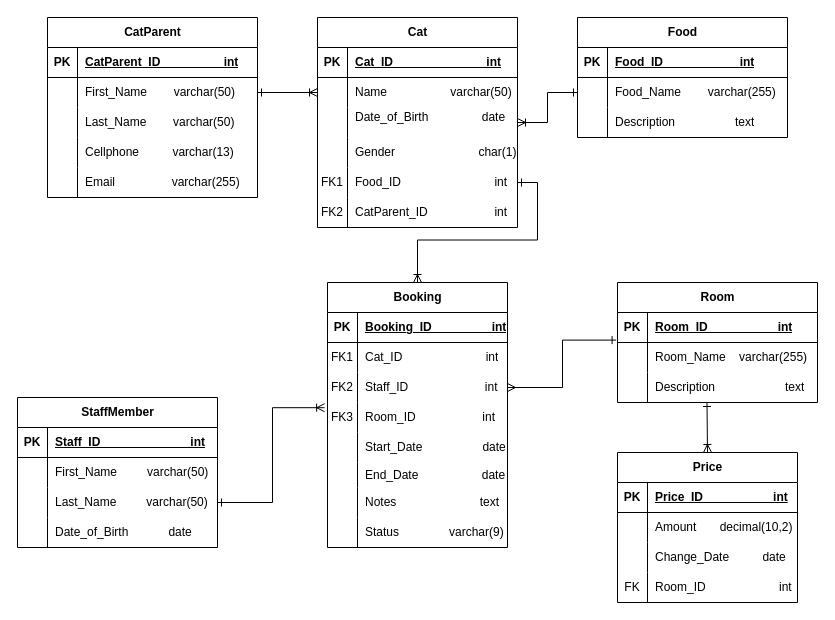
Before: page "Page-3" (3 of 3) of ERD.drawio in Cat-Hotel/Cat-hotel, a draw.io diagram. Source tidied: cells renumbered, new cells numbered last; positions are measured from the earlier drawing's top-left corner, leaving out a move shared by most shapes. Both pictures are drawn from the tidied source at 100%, with x=0, y=0 at pixel (17, 17).
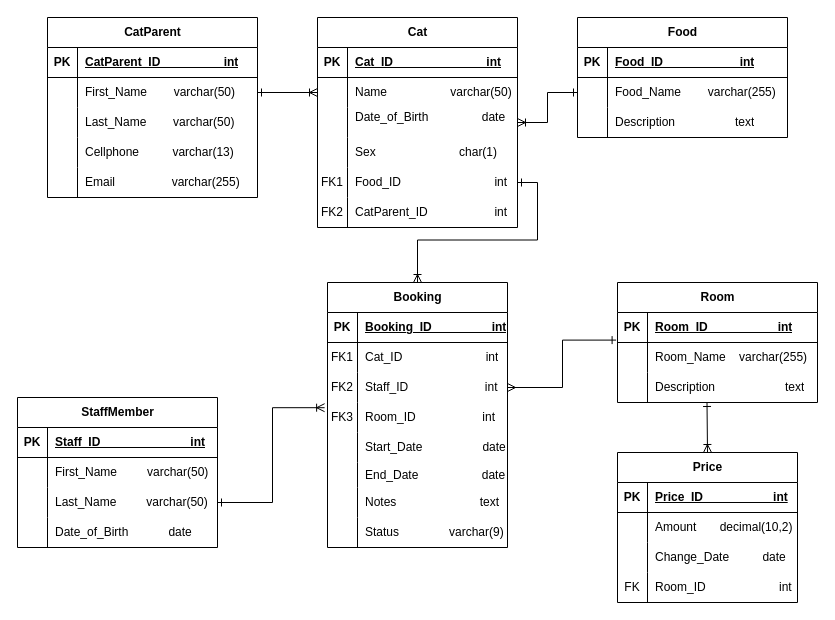
The same diagram, later.

Unchanged cells that the change refers to:
```xml
<mxCell id="28" style="shape=tableRow;horizontal=0;startSize=0;swimlaneHead=0;swimlaneBody=0;fillColor=none;top=0;left=0;right=0;bottom=0;" parent="18" vertex="1">
  <mxGeometry y="120" width="200" height="30" as="geometry" />
</mxCell>
```

Diff of the diagram source:
```diff
@@
-    <mxCell id="30" value="Gender&amp;nbsp; &amp;nbsp; &amp;nbsp; &amp;nbsp; &amp;nbsp; &amp;nbsp; &amp;nbsp; &amp;nbsp; &amp;nbsp; &amp;nbsp; &amp;nbsp; &amp;nbsp; &amp;nbsp;char(1)" style="shape=partialRectangle;fillColor=none;top=0;left=0;bottom=0;right=0;align=left;spacingLeft=6;overflow=hidden;whiteSpace=wrap;html=1;" parent="28" vertex="1">
+    <mxCell id="30" value="Sex&amp;nbsp; &amp;nbsp; &amp;nbsp; &amp;nbsp; &amp;nbsp; &amp;nbsp; &amp;nbsp; &amp;nbsp; &amp;nbsp; &amp;nbsp; &amp;nbsp; &amp;nbsp; &amp;nbsp;char(1)" style="shape=partialRectangle;fillColor=none;top=0;left=0;bottom=0;right=0;align=left;spacingLeft=6;overflow=hidden;whiteSpace=wrap;html=1;" parent="28" vertex="1">
       <mxGeometry x="30" width="170" height="30" as="geometry" />
     </mxCell>
```
